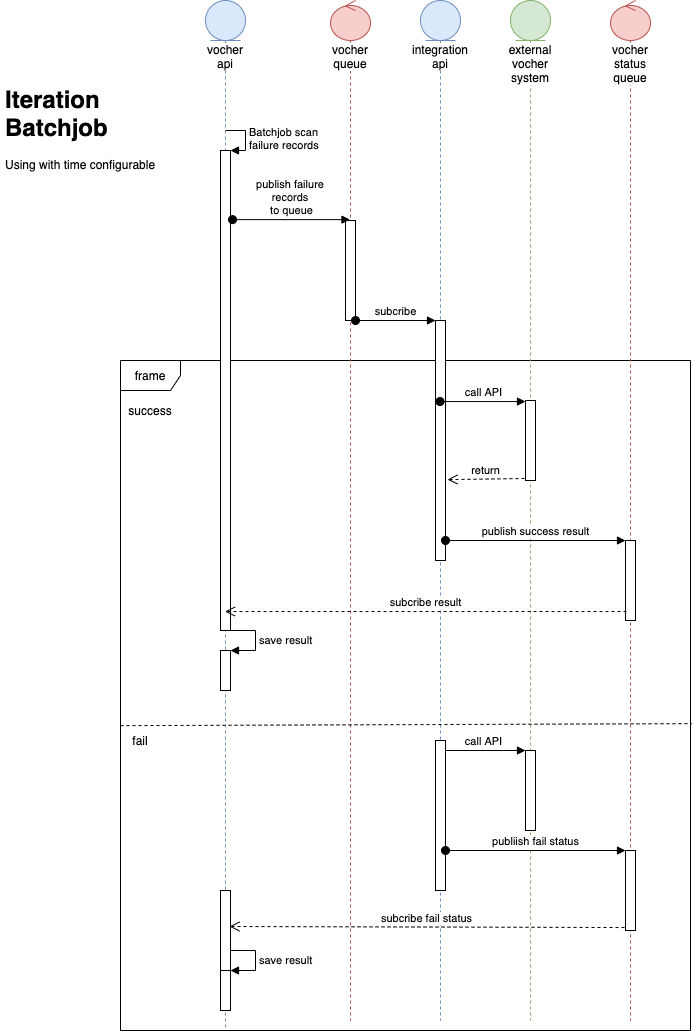
Above: img/bank_abc_design-seq_failover.png in hieung/assignment (draw.io), before the change. Source tidied: cells renumbered, new cells last; positions are measured from the earlier drawing's top-left corner, leaving out a move shared by most shapes.
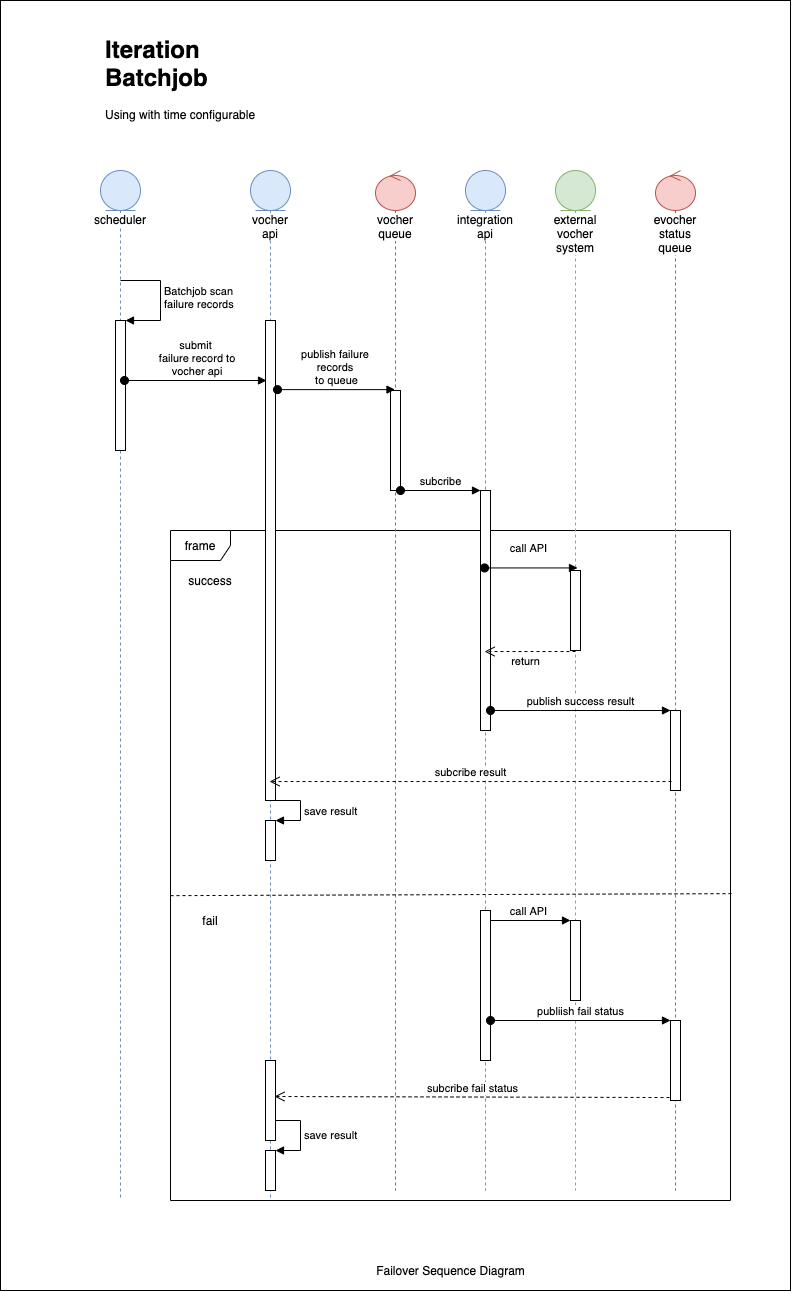
After the commit.

The edit, as a diff of the source:
```diff
@@ -2,8 +2,11 @@
   <root>
     <mxCell id="0" />
     <mxCell id="1" parent="0" />
+    <mxCell id="35" style="rounded=0;whiteSpace=wrap;html=1;" parent="1" vertex="1">
+      <mxGeometry x="-45" y="-170" width="790" height="1290" as="geometry" />
+    </mxCell>
     <mxCell id="2" value="frame" style="shape=umlFrame;whiteSpace=wrap;html=1;" parent="1" vertex="1">
-      <mxGeometry x="120" y="360" width="570" height="670" as="geometry" />
+      <mxGeometry x="125" y="360" width="560" height="670" as="geometry" />
     </mxCell>
     <mxCell id="3" value="vocher api" style="shape=umlLifeline;participant=umlEntity;perimeter=lifelinePerimeter;whiteSpace=wrap;html=1;verticalAlign=top;spacingTop=36;labelBackgroundColor=#ffffff;outlineConnect=0;fillColor=#dae8fc;strokeColor=#6c8ebf;" parent="1" vertex="1">
       <mxGeometry x="205" width="40" height="1030" as="geometry" />
@@ -11,14 +14,6 @@
     <mxCell id="4" style="html=1;points=[];perimeter=orthogonalPerimeter;" parent="3" vertex="1">
       <mxGeometry x="15" y="150" width="10" height="480" as="geometry" />
     </mxCell>
-    <mxCell id="5" value="Batchjob scan &lt;br&gt;failure records" style="edgeStyle=orthogonalEdgeStyle;html=1;align=left;spacingLeft=2;endArrow=block;rounded=0;entryX=1;entryY=0;" parent="3" edge="1" target="4">
-      <mxGeometry relative="1" as="geometry">
-        <mxPoint x="20" y="130" as="sourcePoint" />
-        <Array as="points">
-          <mxPoint x="40" y="130" />
-        </Array>
-      </mxGeometry>
-    </mxCell>
     <mxCell id="6" style="html=1;points=[];perimeter=orthogonalPerimeter;" parent="3" vertex="1">
       <mxGeometry x="15" y="650" width="10" height="40" as="geometry" />
     </mxCell>
@@ -31,7 +26,7 @@
       </mxGeometry>
     </mxCell>
     <mxCell id="8" style="html=1;points=[];perimeter=orthogonalPerimeter;" parent="3" vertex="1">
-      <mxGeometry x="15" y="970" width="10" height="40" as="geometry" />
+      <mxGeometry x="15" y="980" width="10" height="40" as="geometry" />
     </mxCell>
     <mxCell id="9" value="save result" style="edgeStyle=orthogonalEdgeStyle;html=1;align=left;spacingLeft=2;endArrow=block;rounded=0;entryX=1;entryY=0;" parent="3" edge="1" target="8">
       <mxGeometry relative="1" as="geometry">
@@ -62,7 +57,7 @@
     <mxCell id="16" style="html=1;points=[];perimeter=orthogonalPerimeter;" parent="15" vertex="1">
       <mxGeometry x="15" y="220" width="10" height="100" as="geometry" />
     </mxCell>
-    <mxCell id="17" value="vocher status queue" style="shape=umlLifeline;participant=umlControl;perimeter=lifelinePerimeter;whiteSpace=wrap;html=1;verticalAlign=top;spacingTop=36;labelBackgroundColor=#ffffff;fillColor=#f8cecc;strokeColor=#b85450;" parent="1" vertex="1">
+    <mxCell id="17" value="evocher status queue" style="shape=umlLifeline;participant=umlControl;perimeter=lifelinePerimeter;whiteSpace=wrap;html=1;verticalAlign=top;spacingTop=36;labelBackgroundColor=#ffffff;fillColor=#f8cecc;strokeColor=#b85450;" parent="1" vertex="1">
       <mxGeometry x="610" width="40" height="1020" as="geometry" />
     </mxCell>
     <mxCell id="18" style="html=1;points=[];perimeter=orthogonalPerimeter;" parent="17" vertex="1">
@@ -74,9 +69,12 @@
     <mxCell id="20" value="subcribe" style="html=1;verticalAlign=bottom;startArrow=oval;endArrow=block;startSize=8;" parent="1" edge="1" source="16" target="12">
       <mxGeometry relative="1" as="geometry" />
     </mxCell>
-    <mxCell id="21" value="call API" style="html=1;verticalAlign=bottom;startArrow=oval;endArrow=block;startSize=8;entryX=0;entryY=0.013;entryDx=0;entryDy=0;entryPerimeter=0;" parent="1" edge="1" source="11" target="14">
-      <mxGeometry relative="1" as="geometry" />
+    <mxCell id="21" value="call API" style="html=1;verticalAlign=bottom;startArrow=oval;endArrow=block;startSize=8;entryX=0.7;entryY=-0.032;entryDx=0;entryDy=0;entryPerimeter=0;" parent="1" edge="1" source="11" target="14">
+      <mxGeometry x="-0.05" y="10" relative="1" as="geometry" />
     </mxCell>
+    <mxCell id="34" value="return" style="html=1;verticalAlign=bottom;endArrow=open;dashed=1;endSize=8;exitX=0.5;exitY=1.013;exitDx=0;exitDy=0;exitPerimeter=0;" parent="1" edge="1" source="14" target="11">
+      <mxGeometry x="0.1" y="19" relative="1" as="geometry" />
+    </mxCell>
     <mxCell id="22" value="publish success result" style="html=1;verticalAlign=bottom;startArrow=oval;endArrow=block;startSize=8;" parent="1" edge="1" source="12" target="18">
       <mxGeometry relative="1" as="geometry" />
     </mxCell>
@@ -107,16 +105,37 @@
       <mxGeometry relative="1" as="geometry" />
     </mxCell>
     <mxCell id="31" value="success" style="text;html=1;strokeColor=none;fillColor=none;align=center;verticalAlign=middle;whiteSpace=wrap;rounded=0;" parent="1" vertex="1">
-      <mxGeometry x="130" y="400" width="40" height="20" as="geometry" />
+      <mxGeometry x="145" y="400" width="40" height="20" as="geometry" />
     </mxCell>
     <mxCell id="32" value="fail" style="text;html=1;strokeColor=none;fillColor=none;align=center;verticalAlign=middle;whiteSpace=wrap;rounded=0;" parent="1" vertex="1">
-      <mxGeometry x="120" y="730" width="40" height="20" as="geometry" />
+      <mxGeometry x="145" y="740" width="40" height="20" as="geometry" />
     </mxCell>
     <mxCell id="33" value="&lt;h1&gt;Iteration Batchjob&lt;/h1&gt;&lt;div&gt;Using with time configurable&lt;/div&gt;" style="text;html=1;strokeColor=none;fillColor=none;spacing=5;spacingTop=-20;whiteSpace=wrap;overflow=hidden;rounded=0;" parent="1" vertex="1">
-      <mxGeometry y="80" width="190" height="120" as="geometry" />
+      <mxGeometry x="55" y="-140" width="190" height="120" as="geometry" />
     </mxCell>
-    <mxCell id="34" value="return" style="html=1;verticalAlign=bottom;endArrow=open;dashed=1;endSize=8;strokeColor=#000000;exitX=-0.1;exitY=0.975;exitDx=0;exitDy=0;exitPerimeter=0;entryX=1.2;entryY=0.663;entryDx=0;entryDy=0;entryPerimeter=0;" parent="1" edge="1" source="14" target="12">
-      <mxGeometry relative="1" as="geometry" />
-    </mxCell>
+    <mxCell id="36" value="scheduler" style="shape=umlLifeline;participant=umlEntity;perimeter=lifelinePerimeter;whiteSpace=wrap;html=1;verticalAlign=top;spacingTop=36;labelBackgroundColor=#ffffff;fillColor=#dae8fc;strokeColor=#6c8ebf;" parent="1" vertex="1">
+      <mxGeometry x="55" width="40" height="1030" as="geometry" />
+    </mxCell>
+    <mxCell id="37" style="html=1;points=[];perimeter=orthogonalPerimeter;" parent="36" vertex="1">
+      <mxGeometry x="15" y="150" width="10" height="130" as="geometry" />
+    </mxCell>
+    <mxCell id="5" value="Batchjob scan &lt;br&gt;failure records" style="edgeStyle=orthogonalEdgeStyle;html=1;align=left;spacingLeft=2;endArrow=block;rounded=0;entryX=1;entryY=0;" parent="36" edge="1" target="37">
+      <mxGeometry relative="1" as="geometry">
+        <mxPoint x="20" y="110" as="sourcePoint" />
+        <Array as="points">
+          <mxPoint x="20" y="110" />
+          <mxPoint x="60" y="110" />
+          <mxPoint x="60" y="150" />
+        </Array>
+      </mxGeometry>
+    </mxCell>
+    <mxCell id="38" value="submit&lt;br&gt;&amp;nbsp;failure record to&lt;br&gt;&amp;nbsp;vocher api" style="html=1;verticalAlign=bottom;startArrow=oval;startFill=1;endArrow=block;startSize=8;entryX=0.1;entryY=0.125;entryDx=0;entryDy=0;entryPerimeter=0;" parent="1" edge="1" target="4">
+      <mxGeometry relative="1" as="geometry">
+        <mxPoint x="79" y="210" as="sourcePoint" />
+      </mxGeometry>
+    </mxCell>
+    <mxCell id="39" value="Failover Sequence Diagram" style="text;html=1;strokeColor=none;fillColor=none;align=center;verticalAlign=middle;whiteSpace=wrap;rounded=0;" parent="1" vertex="1">
+      <mxGeometry x="317.5" y="1090" width="175" height="20" as="geometry" />
+    </mxCell>
   </root>
 </mxGraphModel>
```
